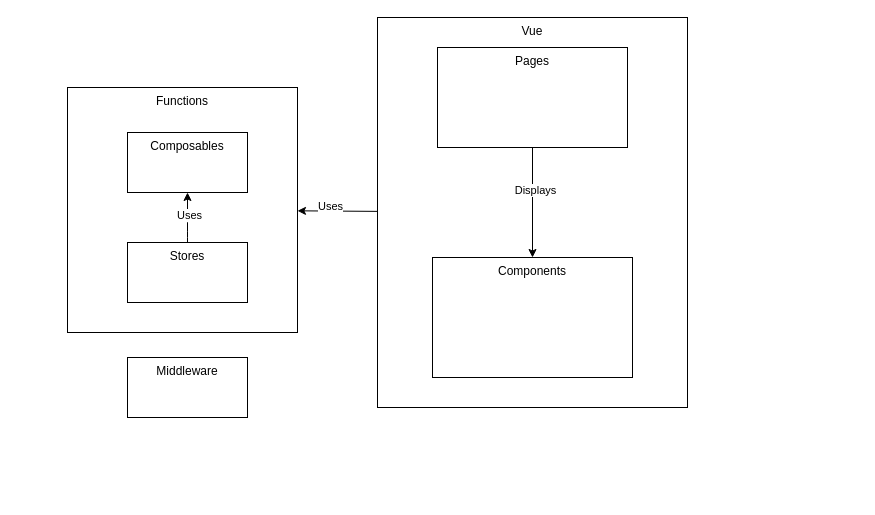
Above: drawio/minilab3nuxt.drawio in ThomasColin1/rapport_pfe (draw.io), before the change. Source tidied: cells renumbered, new cells numbered last; positions are measured from the earlier drawing's top-left corner, leaving out a move shared by most shapes. Both pictures are drawn from the tidied source at 100%, with x=0, y=0 at pixel (67, 17).
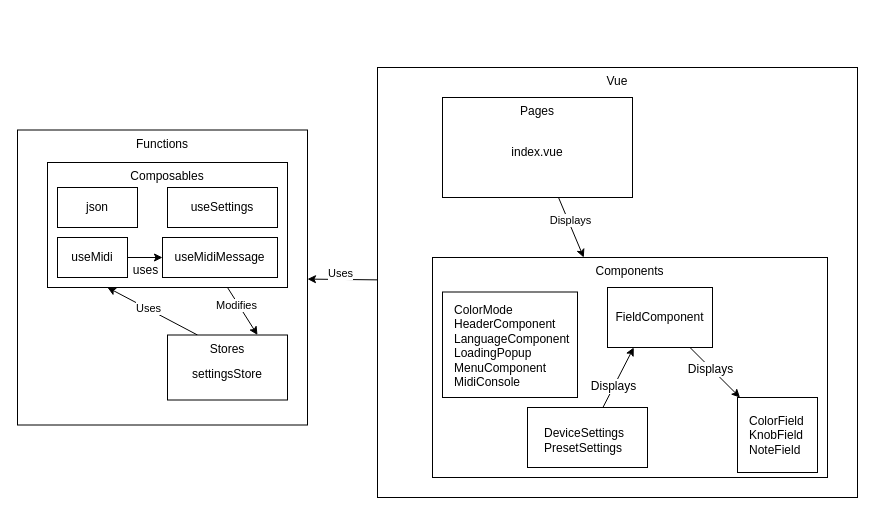
The same diagram, later.

Commit message:
minilab3 drawio suite

Unchanged cells that the change refers to:
```xml
<mxCell id="3" style="edgeStyle=none;html=1;" parent="1" edge="1" source="5" target="2">
  <mxGeometry relative="1" as="geometry" />
</mxCell>
```

Change to the diagram source:
```diff
@@
     <mxCell id="2" value="Functions" style="whiteSpace=wrap;html=1;verticalAlign=top;" parent="1" vertex="1">
-      <mxGeometry y="70" width="230" height="245" as="geometry" />
+      <mxGeometry x="-50" y="112.5" width="290" height="295" as="geometry" />
     </mxCell>
@@
     <mxCell id="4" value="Uses" style="edgeLabel;html=1;align=center;verticalAlign=middle;" parent="3" vertex="1">
       <mxGeometry x="-0.39" y="4" relative="1" as="geometry">
-        <mxPoint x="-23" y="-9" as="offset" />
+        <mxPoint x="-16" y="-11" as="offset" />
       </mxGeometry>
     </mxCell>
     <mxCell id="5" value="Vue" style="whiteSpace=wrap;html=1;verticalAlign=top;" parent="1" vertex="1">
-      <mxGeometry x="310" width="310" height="390" as="geometry" />
+      <mxGeometry x="310" y="50" width="480" height="430" as="geometry" />
     </mxCell>
     <mxCell id="6" value="Components&lt;br&gt;" style="whiteSpace=wrap;html=1;verticalAlign=top;" parent="1" vertex="1">
-      <mxGeometry x="365" y="240" width="200" height="120" as="geometry" />
+      <mxGeometry x="365" y="240" width="395" height="220" as="geometry" />
     </mxCell>
+    <mxCell id="15" style="edgeStyle=none;html=1;entryX=0.75;entryY=0;entryDx=0;entryDy=0;exitX=0.75;exitY=1;exitDx=0;exitDy=0;" parent="1" edge="1" source="7" target="10">
+      <mxGeometry relative="1" as="geometry" />
+    </mxCell>
+    <mxCell id="16" value="Modifies" style="edgeLabel;html=1;align=center;verticalAlign=middle;" parent="15" vertex="1">
+      <mxGeometry x="-0.33" y="-2" relative="1" as="geometry" />
+    </mxCell>
     <mxCell id="7" value="Composables" style="whiteSpace=wrap;html=1;verticalAlign=top;" parent="1" vertex="1">
-      <mxGeometry x="60" y="115" width="120" height="60" as="geometry" />
+      <mxGeometry x="-20" y="145" width="240" height="125" as="geometry" />
     </mxCell>
-    <mxCell id="8" style="edgeStyle=none;html=1;entryX=0.5;entryY=1;entryDx=0;entryDy=0;" parent="1" edge="1" source="10" target="7">
-      <mxGeometry relative="1" as="geometry">
-        <Array as="points">
-          <mxPoint x="120" y="215" />
-        </Array>
-      </mxGeometry>
+    <mxCell id="8" style="edgeStyle=none;html=1;entryX=0.25;entryY=1;entryDx=0;entryDy=0;exitX=0.25;exitY=0;exitDx=0;exitDy=0;" parent="1" edge="1" source="10" target="7">
+      <mxGeometry relative="1" as="geometry" />
     </mxCell>
@@
     <mxCell id="10" value="Stores&lt;br&gt;" style="whiteSpace=wrap;html=1;verticalAlign=top;" parent="1" vertex="1">
-      <mxGeometry x="60" y="225" width="120" height="60" as="geometry" />
+      <mxGeometry x="100" y="317.5" width="120" height="65" as="geometry" />
     </mxCell>
@@
     <mxCell id="13" value="Pages&lt;br&gt;" style="whiteSpace=wrap;html=1;verticalAlign=top;" parent="1" vertex="1">
-      <mxGeometry x="370" y="30" width="190" height="100" as="geometry" />
+      <mxGeometry x="375" y="80" width="190" height="100" as="geometry" />
     </mxCell>
-    <mxCell id="14" value="Middleware" style="whiteSpace=wrap;html=1;verticalAlign=top;" parent="1" vertex="1">
-      <mxGeometry x="60" y="340" width="120" height="60" as="geometry" />
-    </mxCell>
+    <mxCell id="17" value="index.vue" style="text;strokeColor=none;align=center;fillColor=none;html=1;verticalAlign=middle;whiteSpace=wrap;rounded=0;" parent="1" vertex="1">
+      <mxGeometry x="390" y="100" width="160" height="70" as="geometry" />
+    </mxCell>
+    <mxCell id="18" value="settingsStore" style="text;strokeColor=none;align=center;fillColor=none;html=1;verticalAlign=middle;whiteSpace=wrap;rounded=0;" parent="1" vertex="1">
+      <mxGeometry x="110" y="334.5" width="100" height="45" as="geometry" />
+    </mxCell>
+    <mxCell id="19" style="whiteSpace=wrap;html=1;strokeWidth=1;fontSize=12;verticalAlign=top;" parent="1" vertex="1">
+      <mxGeometry x="670" y="380" width="80" height="75" as="geometry" />
+    </mxCell>
+    <mxCell id="20" value="ColorField&lt;br style=&quot;font-size: 12px;&quot;&gt;KnobField&lt;br style=&quot;font-size: 12px;&quot;&gt;NoteField" style="text;strokeColor=none;align=left;fillColor=none;html=1;verticalAlign=top;whiteSpace=wrap;rounded=0;spacingTop=0;fontSize=12;spacing=2;strokeWidth=1;" parent="1" vertex="1">
+      <mxGeometry x="680" y="390" width="60" height="60" as="geometry" />
+    </mxCell>
+    <mxCell id="21" style="edgeStyle=none;html=1;fontSize=12;" parent="1" edge="1" source="23" target="19">
+      <mxGeometry relative="1" as="geometry" />
+    </mxCell>
+    <mxCell id="22" value="Displays" style="edgeLabel;html=1;align=center;verticalAlign=middle;fontSize=12;" parent="21" vertex="1">
+      <mxGeometry x="-0.17" y="-1" relative="1" as="geometry" />
+    </mxCell>
+    <mxCell id="23" value="FieldComponent" style="whiteSpace=wrap;html=1;strokeWidth=1;fontSize=12;verticalAlign=middle;" parent="1" vertex="1">
+      <mxGeometry x="540" y="270" width="105" height="60" as="geometry" />
+    </mxCell>
+    <mxCell id="24" style="edgeStyle=none;html=1;entryX=0.25;entryY=1;entryDx=0;entryDy=0;fontSize=12;" parent="1" edge="1" source="26" target="23">
+      <mxGeometry relative="1" as="geometry" />
+    </mxCell>
+    <mxCell id="25" value="Displays" style="edgeLabel;html=1;align=center;verticalAlign=middle;fontSize=12;" parent="24" vertex="1">
+      <mxGeometry x="-0.28" y="1" relative="1" as="geometry" />
+    </mxCell>
+    <mxCell id="26" style="whiteSpace=wrap;html=1;strokeWidth=1;fontSize=12;verticalAlign=top;" parent="1" vertex="1">
+      <mxGeometry x="460" y="390" width="120" height="60" as="geometry" />
+    </mxCell>
+    <mxCell id="27" value="&lt;div style=&quot;&quot;&gt;&lt;span style=&quot;background-color: initial;&quot;&gt;DeviceSettings&lt;/span&gt;&lt;/div&gt;&lt;span style=&quot;&quot;&gt;PresetSettings&lt;/span&gt;&lt;span style=&quot;&quot;&gt;&lt;br&gt;&lt;/span&gt;" style="text;strokeColor=none;align=left;fillColor=none;html=1;verticalAlign=middle;whiteSpace=wrap;rounded=0;strokeWidth=1;fontSize=12;" parent="1" vertex="1">
+      <mxGeometry x="475" y="407.5" width="90" height="30" as="geometry" />
+    </mxCell>
+    <mxCell id="28" style="whiteSpace=wrap;html=1;strokeWidth=1;fontSize=12;" parent="1" vertex="1">
+      <mxGeometry x="375" y="274.5" width="135" height="105.5" as="geometry" />
+    </mxCell>
+    <mxCell id="29" value="ColorMode&lt;br style=&quot;font-size: 12px;&quot;&gt;HeaderComponent&lt;br style=&quot;font-size: 12px;&quot;&gt;LanguageComponent&lt;br style=&quot;font-size: 12px;&quot;&gt;LoadingPopup&lt;br style=&quot;font-size: 12px;&quot;&gt;MenuComponent&lt;br style=&quot;font-size: 12px;&quot;&gt;MidiConsole" style="text;strokeColor=none;align=left;fillColor=none;html=1;verticalAlign=top;whiteSpace=wrap;rounded=0;spacingTop=0;fontSize=12;spacing=2;strokeWidth=1;" parent="1" vertex="1">
+      <mxGeometry x="385" y="278.5" width="125" height="101.5" as="geometry" />
+    </mxCell>
+    <mxCell id="30" value="json" style="whiteSpace=wrap;html=1;strokeWidth=1;fontSize=12;" parent="1" vertex="1">
+      <mxGeometry x="-10" y="170" width="80" height="40" as="geometry" />
+    </mxCell>
+    <mxCell id="31" style="edgeStyle=none;html=1;fontSize=12;" parent="1" edge="1" source="33" target="34">
+      <mxGeometry relative="1" as="geometry" />
+    </mxCell>
+    <mxCell id="32" value="uses" style="edgeLabel;html=1;align=center;verticalAlign=middle;fontSize=12;" parent="31" vertex="1">
+      <mxGeometry x="-0.5" y="1" relative="1" as="geometry">
+        <mxPoint x="8" y="13" as="offset" />
+      </mxGeometry>
+    </mxCell>
+    <mxCell id="33" value="useMidi" style="whiteSpace=wrap;html=1;strokeWidth=1;fontSize=12;" parent="1" vertex="1">
+      <mxGeometry x="-10" y="220" width="70" height="40" as="geometry" />
+    </mxCell>
+    <mxCell id="34" value="useMidiMessage" style="whiteSpace=wrap;html=1;strokeWidth=1;fontSize=12;" parent="1" vertex="1">
+      <mxGeometry x="95" y="220" width="115" height="40" as="geometry" />
+    </mxCell>
+    <mxCell id="35" value="useSettings" style="whiteSpace=wrap;html=1;strokeWidth=1;fontSize=12;" parent="1" vertex="1">
+      <mxGeometry x="100" y="170" width="110" height="40" as="geometry" />
+    </mxCell>
```
